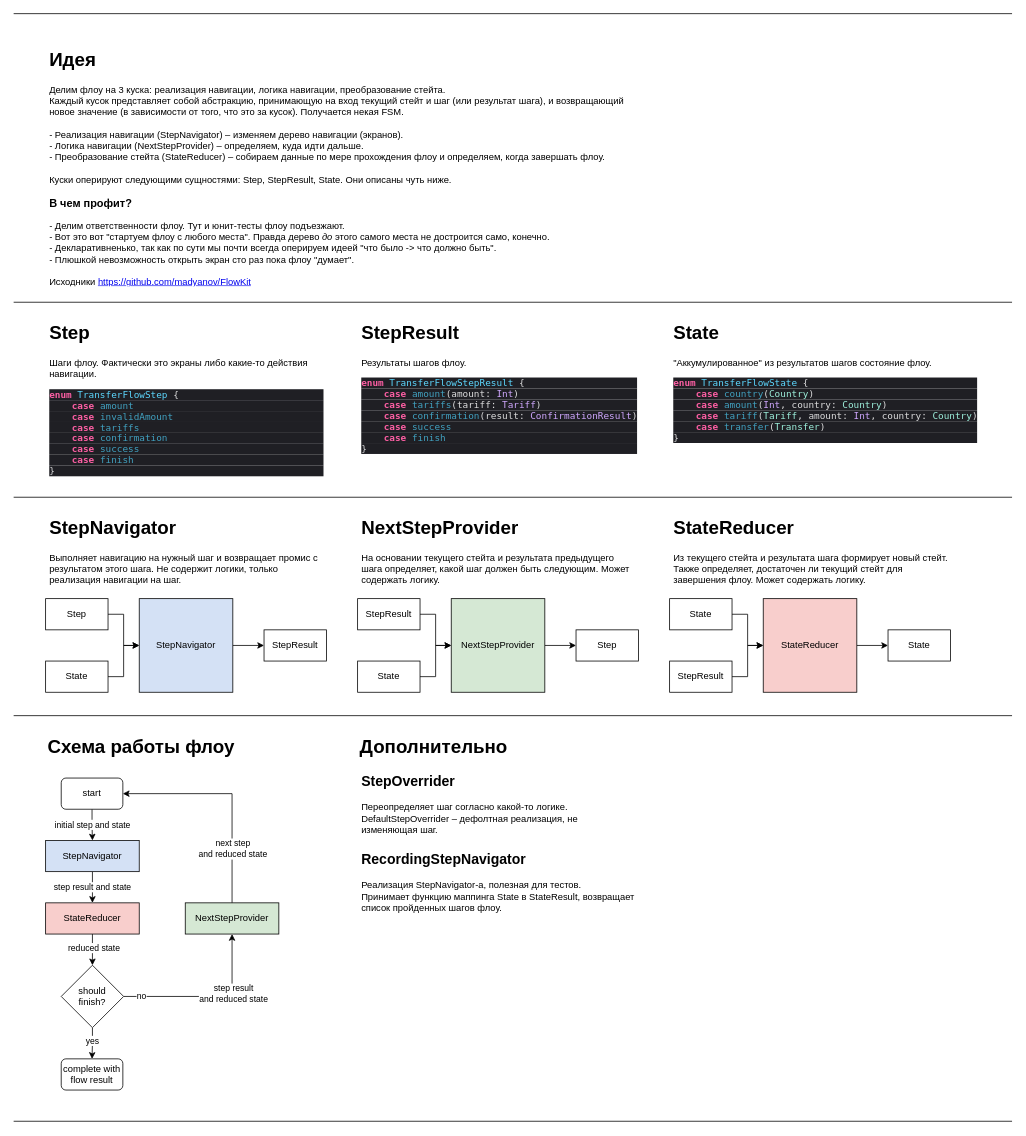
The draw.io diagram flowkit.drawio in m6vrm/flowkit, before the edit. Source tidied: cells renumbered, new cells numbered last; positions are measured from the earlier drawing's top-left corner, leaving out a move shared by most shapes. Both pictures are drawn from the tidied source at 78%, with x=0, y=0 at pixel (13, 13).
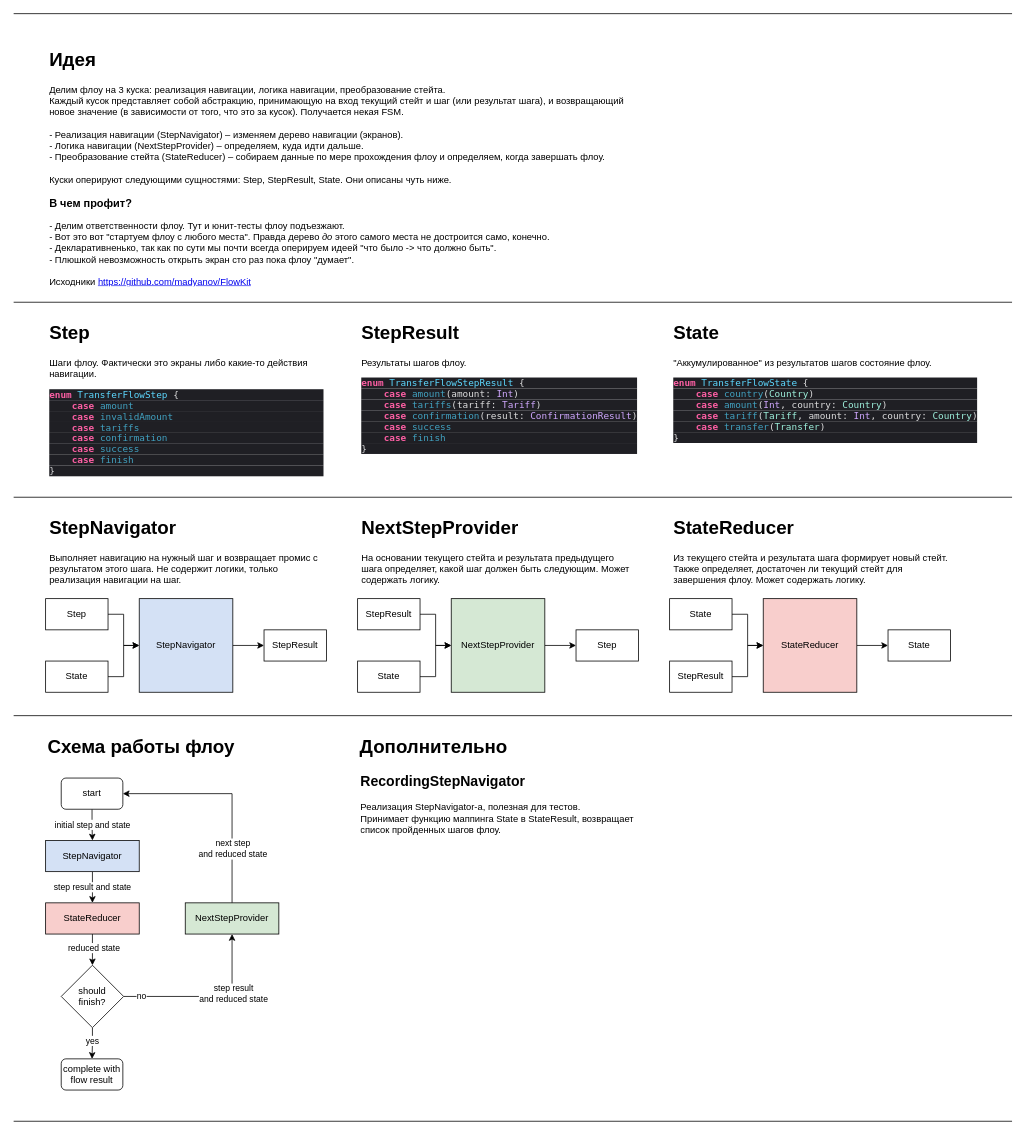
The same diagram, later.

The edit, as a diff of the source:
```diff
@@
-    <mxCell id="54" value="&lt;h2&gt;StepOverrider&lt;/h2&gt;&lt;p&gt;Переопределяет шаг согласно какой-то логике.&lt;br&gt;DefaultStepOverrider – д&lt;span&gt;ефолтная реализация, не изменяющая шаг.&lt;/span&gt;&lt;/p&gt;" style="text;html=1;strokeColor=none;fillColor=none;spacing=5;spacingTop=-20;whiteSpace=wrap;overflow=hidden;rounded=0;" parent="1" vertex="1">
-      <mxGeometry x="441" y="970" width="359" height="90" as="geometry" />
-    </mxCell>
     <mxCell id="55" value="&lt;h2&gt;RecordingStepNavigator&lt;/h2&gt;&lt;p&gt;Реализация StepNavigator-а, полезная для тестов.&lt;br&gt;Принимает функцию маппинга State в StateResult, возвращает список пройденных шагов флоу.&lt;/p&gt;" style="text;html=1;strokeColor=none;fillColor=none;spacing=5;spacingTop=-20;whiteSpace=wrap;overflow=hidden;rounded=0;" parent="1" vertex="1">
-      <mxGeometry x="441" y="1070" width="359" height="90" as="geometry" />
+      <mxGeometry x="440" y="970" width="359" height="90" as="geometry" />
     </mxCell>
```
